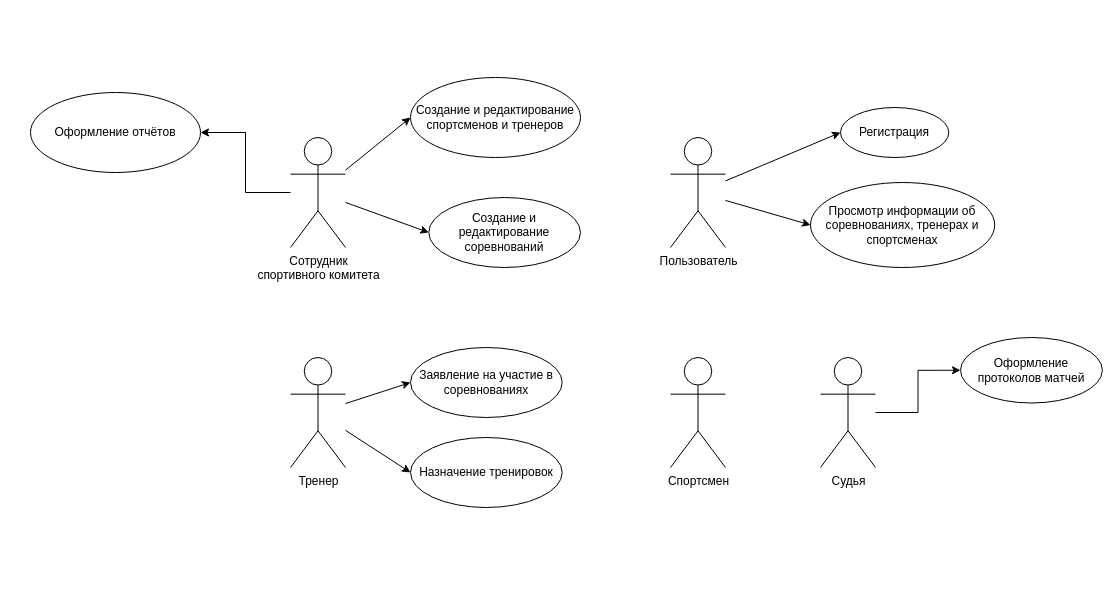
Above: page "Вариантов" (3 of 8) of Диаграммы ИС «Спортивный комитет».drawio in antonch985/Education (draw.io), before the change. Source tidied: cells renumbered, new cells numbered last; positions are measured from the earlier drawing's top-left corner, leaving out a move shared by most shapes. Both pictures are drawn from the tidied source at 100%, with x=0, y=0 at pixel (30, 77).
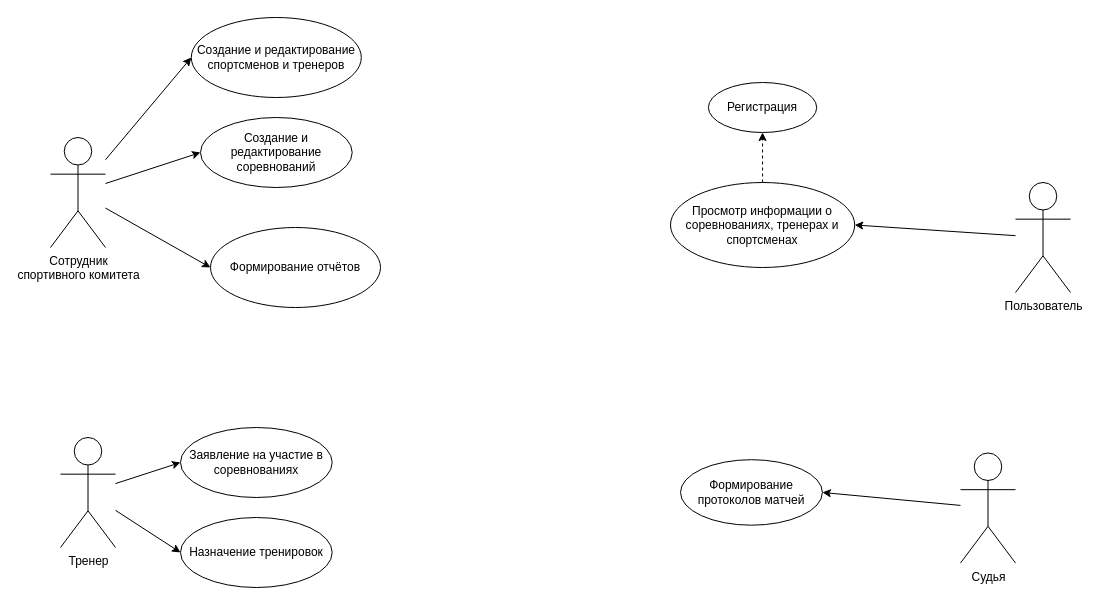
The same page after the edit.

Diff of the diagram source:
```diff
@@
     <mxCell id="4" value="Сотрудник&lt;div&gt;спортивного комитета&lt;/div&gt;" style="shape=umlActor;verticalLabelPosition=bottom;verticalAlign=top;html=1;outlineConnect=0;" parent="1" vertex="1">
-      <mxGeometry x="260" y="60" width="55" height="110" as="geometry" />
+      <mxGeometry x="20" y="60" width="55" height="110" as="geometry" />
     </mxCell>
@@
     <mxCell id="7" value="Тренер" style="shape=umlActor;verticalLabelPosition=bottom;verticalAlign=top;html=1;outlineConnect=0;" parent="1" vertex="1">
-      <mxGeometry x="260" y="280" width="55" height="110" as="geometry" />
+      <mxGeometry x="30" y="360" width="55" height="110" as="geometry" />
     </mxCell>
-    <mxCell id="8" value="Спортсмен" style="shape=umlActor;verticalLabelPosition=bottom;verticalAlign=top;html=1;" parent="1" vertex="1">
-      <mxGeometry x="640" y="280" width="55" height="110" as="geometry" />
-    </mxCell>
-    <mxCell id="9" style="rounded=0;jettySize=auto;html=1;entryX=0;entryY=0.5;entryDx=0;entryDy=0;" parent="1" edge="1" source="11" target="12">
-      <mxGeometry relative="1" as="geometry" />
-    </mxCell>
-    <mxCell id="10" style="rounded=0;jettySize=auto;html=1;entryX=0;entryY=0.5;entryDx=0;entryDy=0;" parent="1" edge="1" source="11" target="13">
+    <mxCell id="10" style="rounded=0;jettySize=auto;html=1;entryX=1;entryY=0.5;entryDx=0;entryDy=0;" parent="1" edge="1" source="11" target="13">
       <mxGeometry relative="1" as="geometry" />
     </mxCell>
     <mxCell id="11" value="Пользователь" style="shape=umlActor;verticalLabelPosition=bottom;verticalAlign=top;html=1;outlineConnect=0;" parent="1" vertex="1">
-      <mxGeometry x="640" y="60" width="55" height="110" as="geometry" />
+      <mxGeometry x="985" y="105" width="55" height="110" as="geometry" />
     </mxCell>
     <mxCell id="12" value="Регистрация" style="ellipse;whiteSpace=wrap;html=1;" parent="1" vertex="1">
-      <mxGeometry x="810" y="30" width="108.3" height="50" as="geometry" />
+      <mxGeometry x="677.9" y="5" width="108.3" height="50" as="geometry" />
     </mxCell>
+    <mxCell id="23" style="rounded=0;jettySize=auto;html=1;entryX=0.5;entryY=1;entryDx=0;entryDy=0;dashed=1;" parent="1" edge="1" source="13" target="12">
+      <mxGeometry relative="1" as="geometry" />
+    </mxCell>
-    <mxCell id="13" value="Просмотр информации об соревнованиях, тренерах и спортсменах" style="ellipse;whiteSpace=wrap;html=1;" parent="1" vertex="1">
-      <mxGeometry x="780" y="105" width="184.2" height="85" as="geometry" />
+    <mxCell id="13" value="Просмотр информации о соревнованиях, тренерах и спортсменах" style="ellipse;whiteSpace=wrap;html=1;" parent="1" vertex="1">
+      <mxGeometry x="640" y="105" width="184.2" height="85" as="geometry" />
     </mxCell>
     <mxCell id="14" value="Создание и редактирование спортсменов и тренеров" style="ellipse;whiteSpace=wrap;html=1;" parent="1" vertex="1">
-      <mxGeometry x="380" width="170" height="80" as="geometry" />
+      <mxGeometry x="160.8" y="-60" width="170" height="80" as="geometry" />
     </mxCell>
     <mxCell id="15" value="Создание и редактирование соревнований" style="ellipse;whiteSpace=wrap;html=1;" parent="1" vertex="1">
-      <mxGeometry x="398.3" y="120" width="151.7" height="70" as="geometry" />
+      <mxGeometry x="170" y="40" width="151.7" height="70" as="geometry" />
     </mxCell>
     <mxCell id="16" value="Заявление на участие в соревнованиях" style="ellipse;whiteSpace=wrap;html=1;" parent="1" vertex="1">
-      <mxGeometry x="380" y="270" width="151.7" height="70" as="geometry" />
+      <mxGeometry x="150" y="350" width="151.7" height="70" as="geometry" />
     </mxCell>
     <mxCell id="17" value="Назначение тренировок" style="ellipse;whiteSpace=wrap;html=1;" parent="1" vertex="1">
-      <mxGeometry x="380" y="360" width="151.7" height="70" as="geometry" />
+      <mxGeometry x="150" y="440" width="151.7" height="70" as="geometry" />
     </mxCell>
-    <mxCell id="18" style="edgeStyle=orthogonalEdgeStyle;rounded=0;jettySize=auto;html=1;entryX=0;entryY=0.5;entryDx=0;entryDy=0;" parent="1" edge="1" source="19" target="20">
+    <mxCell id="18" style="rounded=0;jettySize=auto;html=1;entryX=1;entryY=0.5;entryDx=0;entryDy=0;" parent="1" edge="1" source="19" target="20">
       <mxGeometry relative="1" as="geometry" />
     </mxCell>
     <mxCell id="19" value="Судья" style="shape=umlActor;verticalLabelPosition=bottom;verticalAlign=top;html=1;outlineConnect=0;" parent="1" vertex="1">
-      <mxGeometry x="790" y="280" width="55" height="110" as="geometry" />
+      <mxGeometry x="930" y="375.5" width="55" height="110" as="geometry" />
     </mxCell>
-    <mxCell id="20" value="Оформление протоколов матчей" style="ellipse;whiteSpace=wrap;html=1;" parent="1" vertex="1">
-      <mxGeometry x="930" y="260" width="141.9" height="65.5" as="geometry" />
+    <mxCell id="20" value="Формирование&lt;div&gt;протоколов матчей&lt;/div&gt;" style="ellipse;whiteSpace=wrap;html=1;" parent="1" vertex="1">
+      <mxGeometry x="650" y="382.2" width="141.9" height="65.5" as="geometry" />
     </mxCell>
-    <mxCell id="21" value="Оформление отчётов" style="ellipse;whiteSpace=wrap;html=1;" parent="1" vertex="1">
-      <mxGeometry y="15" width="170" height="80" as="geometry" />
+    <mxCell id="21" value="Формирование отчётов" style="ellipse;whiteSpace=wrap;html=1;" parent="1" vertex="1">
+      <mxGeometry x="180" y="150" width="170" height="80" as="geometry" />
     </mxCell>
-    <mxCell id="22" style="edgeStyle=orthogonalEdgeStyle;rounded=0;jettySize=auto;html=1;entryX=1;entryY=0.5;entryDx=0;entryDy=0;" parent="1" edge="1" source="4" target="21">
+    <mxCell id="22" style="rounded=0;jettySize=auto;html=1;entryX=0;entryY=0.5;entryDx=0;entryDy=0;" parent="1" edge="1" source="4" target="21">
       <mxGeometry relative="1" as="geometry" />
     </mxCell>
```
